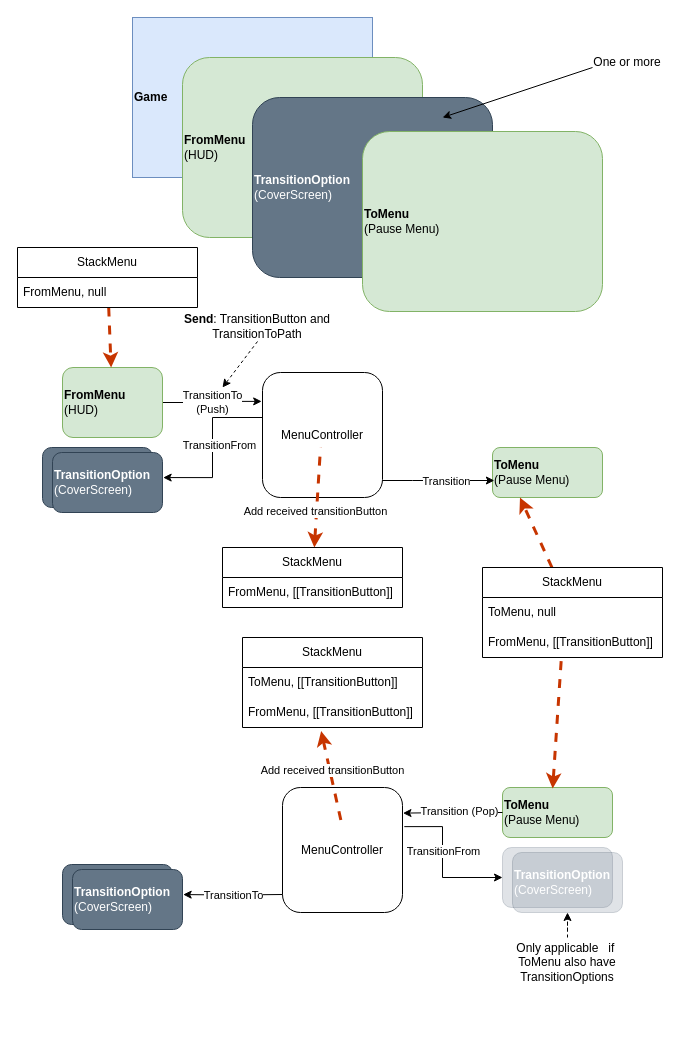
MikyGus/GodotAddonMenuSystem keeps this draw.io diagram as page "TransitionOptionFlow" (4 of 5) of MenuTransitions.drawio. Above is the earlier version. Source tidied: cells renumbered, new cells numbered last; positions are measured from the earlier drawing's top-left corner, leaving out a move shared by most shapes. Both pictures are drawn from the tidied source at 100%, with x=0, y=0 at pixel (17, 17).
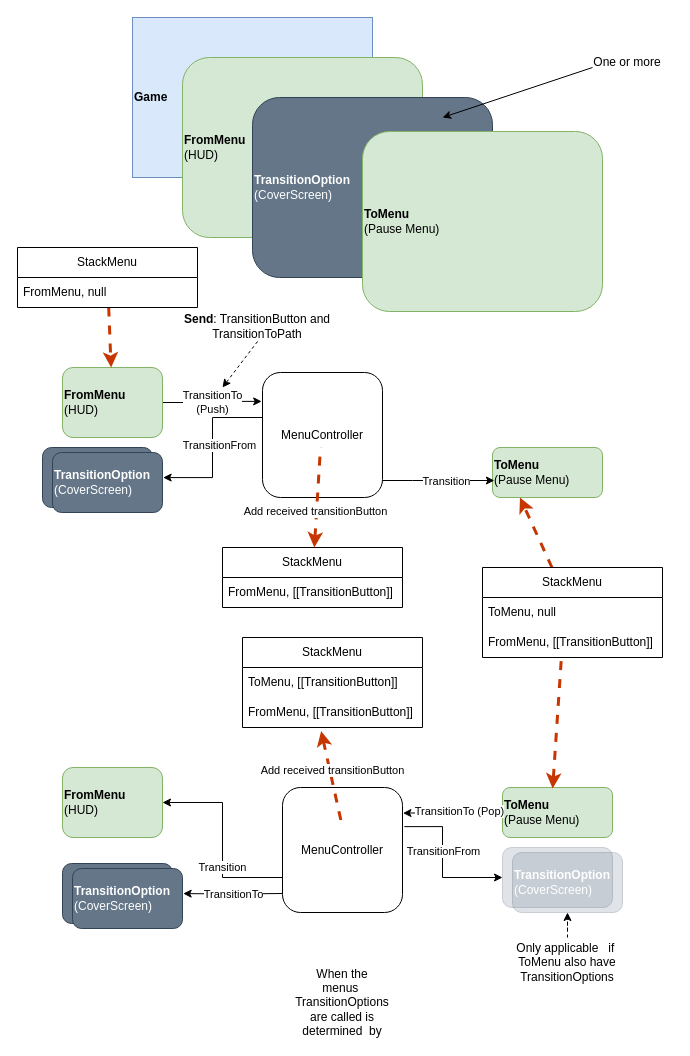
After the change.

Unchanged cells that the change refers to:
```xml
<mxCell id="29" value="MenuController" style="rounded=1;whiteSpace=wrap;html=1;" parent="1" vertex="1">
  <mxGeometry x="265" y="770" width="120" height="125" as="geometry" />
</mxCell>
<mxCell id="31" style="edgeStyle=orthogonalEdgeStyle;rounded=0;jettySize=auto;html=1;entryX=1.004;entryY=0.205;entryDx=0;entryDy=0;entryPerimeter=0;" parent="1" edge="1" source="28" target="29">
  <mxGeometry relative="1" as="geometry" />
</mxCell>
```

Diff of the diagram source:
```diff
@@
-    <mxCell id="32" value="Transition (Pop)" style="edgeLabel;html=1;align=center;verticalAlign=middle;" parent="31" vertex="1">
+    <mxCell id="32" value="TransitionTo (Pop)" style="edgeLabel;html=1;align=center;verticalAlign=middle;" parent="31" vertex="1">
       <mxGeometry x="-0.13" y="-2" relative="1" as="geometry" />
     </mxCell>
@@
     <mxCell id="42" style="edgeStyle=orthogonalEdgeStyle;rounded=0;jettySize=auto;html=1;entryX=1.006;entryY=0.418;entryDx=0;entryDy=0;exitX=0;exitY=0.32;exitDx=0;exitDy=0;exitPerimeter=0;entryPerimeter=0;" parent="1" edge="1" target="45">
       <mxGeometry relative="1" as="geometry">
-        <mxPoint x="265" y="877" as="sourcePoint" />
+        <mxPoint x="265" y="876" as="sourcePoint" />
       </mxGeometry>
     </mxCell>
@@
     <mxCell id="44" style="rounded=1;whiteSpace=wrap;html=1;align=left;fillColor=#647687;strokeColor=#314354;fontColor=#ffffff;" parent="1" vertex="1">
-      <mxGeometry x="45" y="847" width="110" height="60" as="geometry" />
+      <mxGeometry x="45" y="846" width="110" height="60" as="geometry" />
     </mxCell>
     <mxCell id="45" value="&lt;div&gt;&lt;b&gt;TransitionOption&lt;br&gt;&lt;/b&gt;&lt;/div&gt;&lt;div&gt;(CoverScreen)&lt;/div&gt;" style="rounded=1;whiteSpace=wrap;html=1;align=left;fillColor=#647687;strokeColor=#314354;fontColor=#ffffff;" parent="1" vertex="1">
-      <mxGeometry x="55" y="852" width="110" height="60" as="geometry" />
+      <mxGeometry x="55" y="851" width="110" height="60" as="geometry" />
     </mxCell>
@@
+    <mxCell id="52" value="&lt;div align=&quot;left&quot;&gt;&lt;b&gt;FromMenu&lt;/b&gt;&lt;/div&gt;&lt;div&gt;(HUD)&lt;br&gt;&lt;/div&gt;" style="rounded=1;whiteSpace=wrap;html=1;align=left;fillColor=#d5e8d4;strokeColor=#82b366;" parent="1" vertex="1">
+      <mxGeometry x="45" y="750" width="100" height="70" as="geometry" />
+    </mxCell>
+    <mxCell id="53" style="edgeStyle=orthogonalEdgeStyle;rounded=0;jettySize=auto;html=1;entryX=0;entryY=0.32;entryDx=0;entryDy=0;startArrow=classic;startFill=1;endArrow=none;endFill=0;entryPerimeter=0;" parent="1" edge="1" source="52" target="29">
+      <mxGeometry relative="1" as="geometry">
+        <Array as="points">
+          <mxPoint x="205" y="785" />
+          <mxPoint x="205" y="860" />
+          <mxPoint x="265" y="860" />
+        </Array>
+      </mxGeometry>
+    </mxCell>
+    <mxCell id="54" value="&lt;div&gt;Transition&lt;/div&gt;" style="edgeLabel;html=1;align=center;verticalAlign=middle;" parent="53" vertex="1">
+      <mxGeometry x="0.01" y="-1" relative="1" as="geometry" />
+    </mxCell>
+    <mxCell id="55" value="When the menus&amp;nbsp; TransitionOptions are called is determined&amp;nbsp; by " style="text;html=1;align=center;verticalAlign=middle;whiteSpace=wrap;rounded=0;" parent="1" vertex="1">
+      <mxGeometry x="295" y="970" width="60" height="30" as="geometry" />
+    </mxCell>
```
